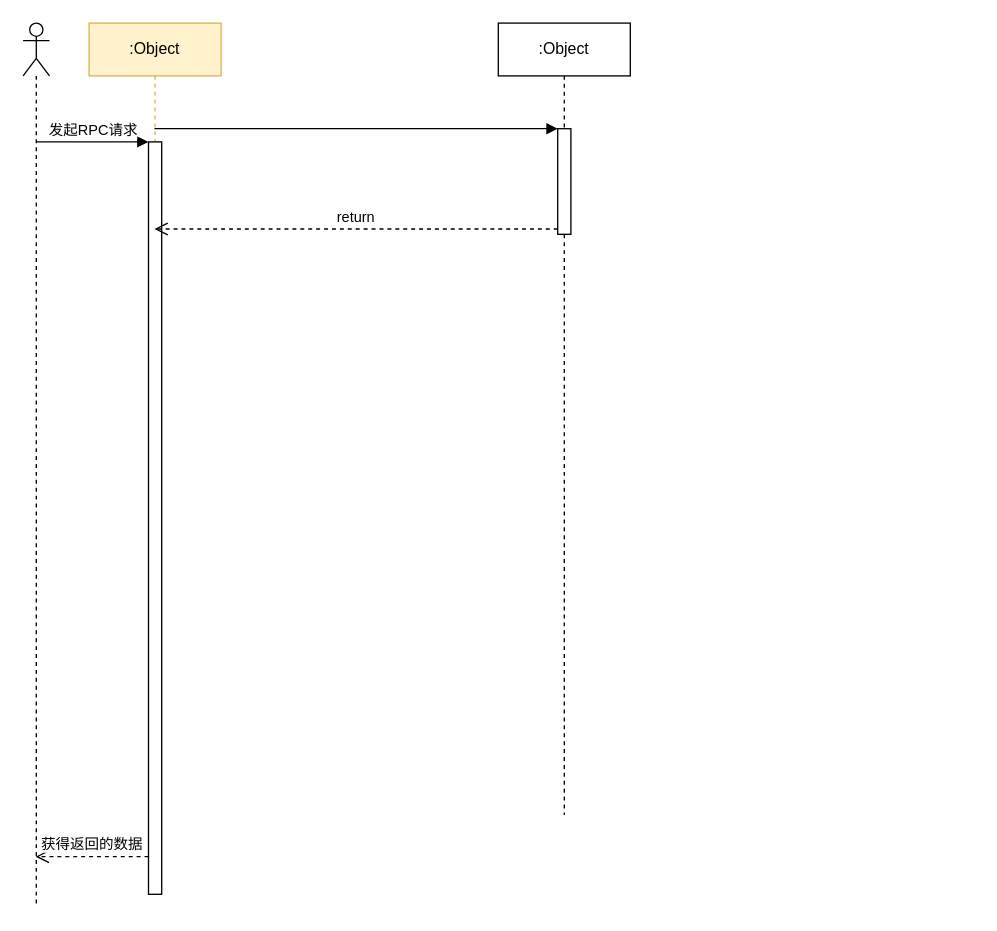
mafagan/yunPicture keeps this draw.io diagram as Untitled Diagram.drawio. Above is the earlier version. Source tidied: cells renumbered, new cells numbered last; positions are measured from the earlier drawing's top-left corner, leaving out a move shared by most shapes. Both pictures are drawn from the tidied source at 132%, with x=0, y=0 at pixel (22, 22).
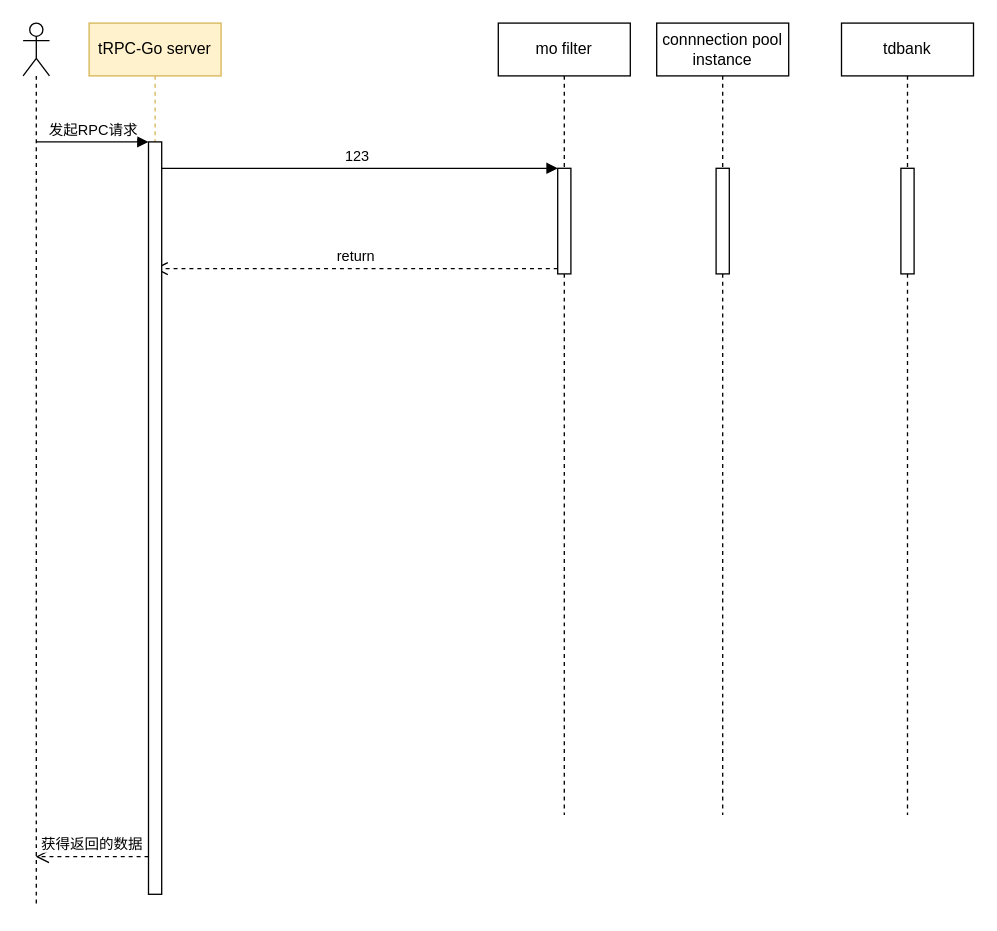
The same page after the edit.

Diff of the diagram source:
```diff
@@
 <mxGraphModel>
   <root>
     <mxCell id="0" />
     <mxCell id="1" parent="0" />
+    <mxCell id="8" value="return" style="html=1;verticalAlign=bottom;endArrow=open;dashed=1;endSize=8;exitX=0;exitY=0.95;rounded=0;" parent="1" edge="1" source="6" target="2">
+      <mxGeometry relative="1" as="geometry" />
+    </mxCell>
+    <mxCell id="7" value="123" style="html=1;verticalAlign=bottom;endArrow=block;entryX=0;entryY=0;rounded=0;" parent="1" edge="1" source="2" target="6">
+      <mxGeometry relative="1" as="geometry" />
+    </mxCell>
-    <mxCell id="2" value=":Object" style="shape=umlLifeline;perimeter=lifelinePerimeter;whiteSpace=wrap;html=1;outlineConnect=0;fillColor=#fff2cc;strokeColor=#d6b656;" parent="1" vertex="1">
+    <mxCell id="2" value="tRPC-Go server" style="shape=umlLifeline;perimeter=lifelinePerimeter;whiteSpace=wrap;html=1;outlineConnect=0;fillColor=#fff2cc;strokeColor=#d6b656;" parent="1" vertex="1">
       <mxGeometry x="50" width="100" height="660" as="geometry" />
     </mxCell>
     <mxCell id="3" style="html=1;points=[];perimeter=orthogonalPerimeter;" parent="2" vertex="1">
       <mxGeometry x="45" y="90" width="10" height="570" as="geometry" />
     </mxCell>
     <mxCell id="4" value="发起RPC请求" style="html=1;verticalAlign=bottom;endArrow=block;entryX=0;entryY=0;rounded=0;" parent="2" edge="1" target="3">
       <mxGeometry relative="1" as="geometry">
         <mxPoint x="-40" y="90" as="sourcePoint" />
       </mxGeometry>
     </mxCell>
-    <mxCell id="5" value=":Object" style="shape=umlLifeline;perimeter=lifelinePerimeter;whiteSpace=wrap;html=1;" parent="1" vertex="1">
+    <mxCell id="5" value="mo filter" style="shape=umlLifeline;perimeter=lifelinePerimeter;whiteSpace=wrap;html=1;" parent="1" vertex="1">
       <mxGeometry x="360" width="100" height="600" as="geometry" />
     </mxCell>
     <mxCell id="6" style="html=1;points=[];perimeter=orthogonalPerimeter;" parent="5" vertex="1">
-      <mxGeometry x="45" y="80" width="10" height="80" as="geometry" />
+      <mxGeometry x="45" y="110" width="10" height="80" as="geometry" />
     </mxCell>
-    <mxCell id="7" style="html=1;verticalAlign=bottom;endArrow=block;entryX=0;entryY=0;rounded=0;" parent="1" edge="1" source="2" target="6">
-      <mxGeometry relative="1" as="geometry" />
-    </mxCell>
-    <mxCell id="8" value="return" style="html=1;verticalAlign=bottom;endArrow=open;dashed=1;endSize=8;exitX=0;exitY=0.95;rounded=0;" parent="1" edge="1" source="6" target="2">
-      <mxGeometry relative="1" as="geometry" />
-    </mxCell>
     <mxCell id="9" style="shape=umlLifeline;participant=umlActor;perimeter=lifelinePerimeter;whiteSpace=wrap;html=1;verticalAlign=top;spacingTop=36;outlineConnect=0;" parent="1" vertex="1">
       <mxGeometry width="20" height="670" as="geometry" />
     </mxCell>
     <mxCell id="10" value="获得返回的数据" style="html=1;verticalAlign=bottom;endArrow=open;dashed=1;endSize=8;exitX=0;exitY=0.95;rounded=0;" parent="1" edge="1" source="3" target="9">
       <mxGeometry relative="1" as="geometry" />
     </mxCell>
+    <mxCell id="11" value="connnection pool instance" style="shape=umlLifeline;perimeter=lifelinePerimeter;whiteSpace=wrap;html=1;" parent="1" vertex="1">
+      <mxGeometry x="480" width="100" height="600" as="geometry" />
+    </mxCell>
+    <mxCell id="12" style="html=1;perimeter=orthogonalPerimeter;" parent="11" vertex="1">
+      <mxGeometry x="45" y="110" width="10" height="80" as="geometry" />
+    </mxCell>
+    <mxCell id="13" value="tdbank" style="shape=umlLifeline;perimeter=lifelinePerimeter;whiteSpace=wrap;html=1;" parent="1" vertex="1">
+      <mxGeometry x="620" width="100" height="600" as="geometry" />
+    </mxCell>
+    <mxCell id="14" style="html=1;perimeter=orthogonalPerimeter;" parent="13" vertex="1">
+      <mxGeometry x="45" y="110" width="10" height="80" as="geometry" />
+    </mxCell>
   </root>
 </mxGraphModel>
```
